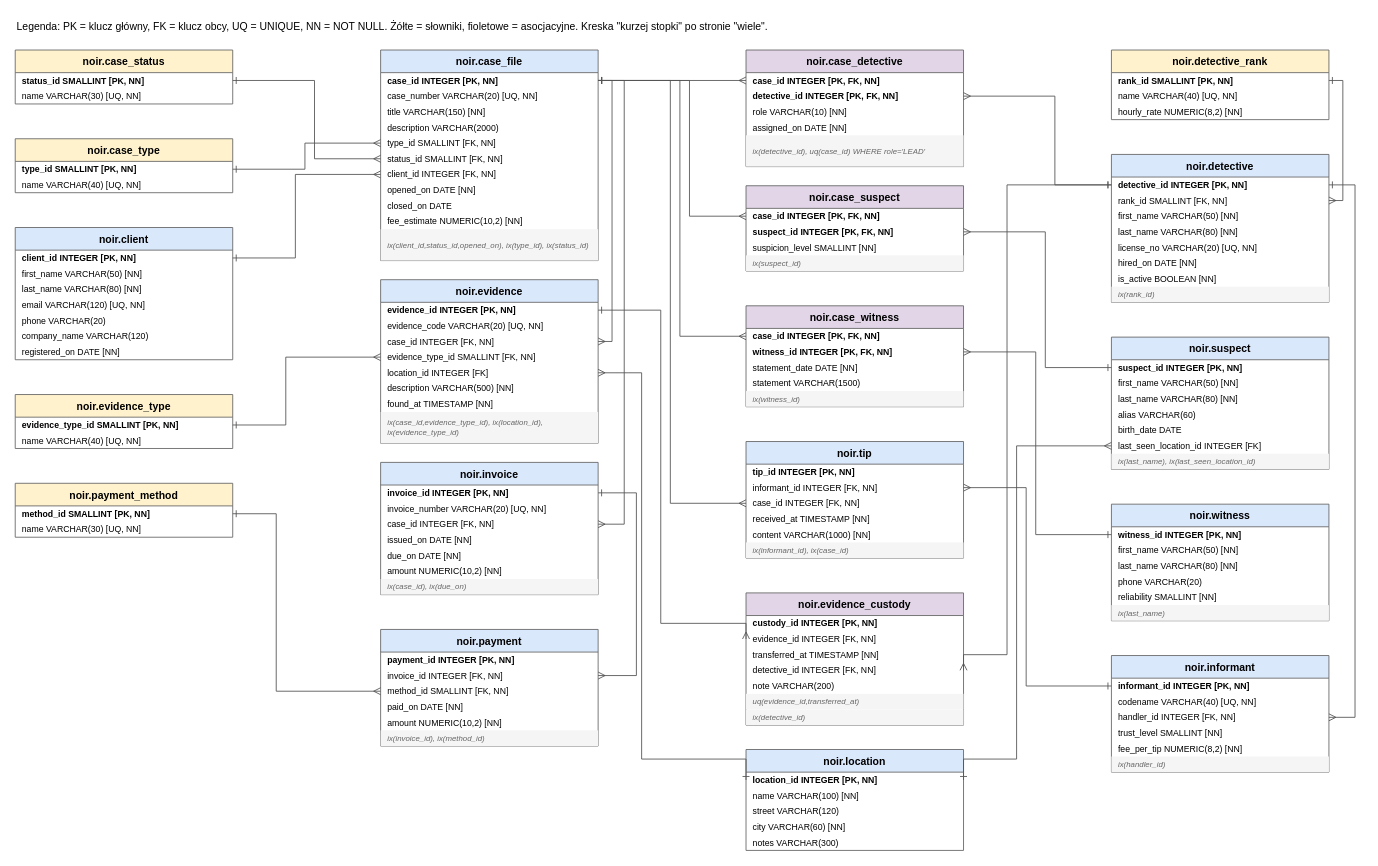
This is part1/task1/diagrams/schemat_logiczny.drawio from radekaadek/ADS, a draw.io file, before an edit. Source tidied: cells renumbered, new cells numbered last; positions are measured from the earlier drawing's top-left corner, leaving out a move shared by most shapes. Both pictures are drawn from the tidied source at 87%, with x=0, y=0 at pixel (15, 15).
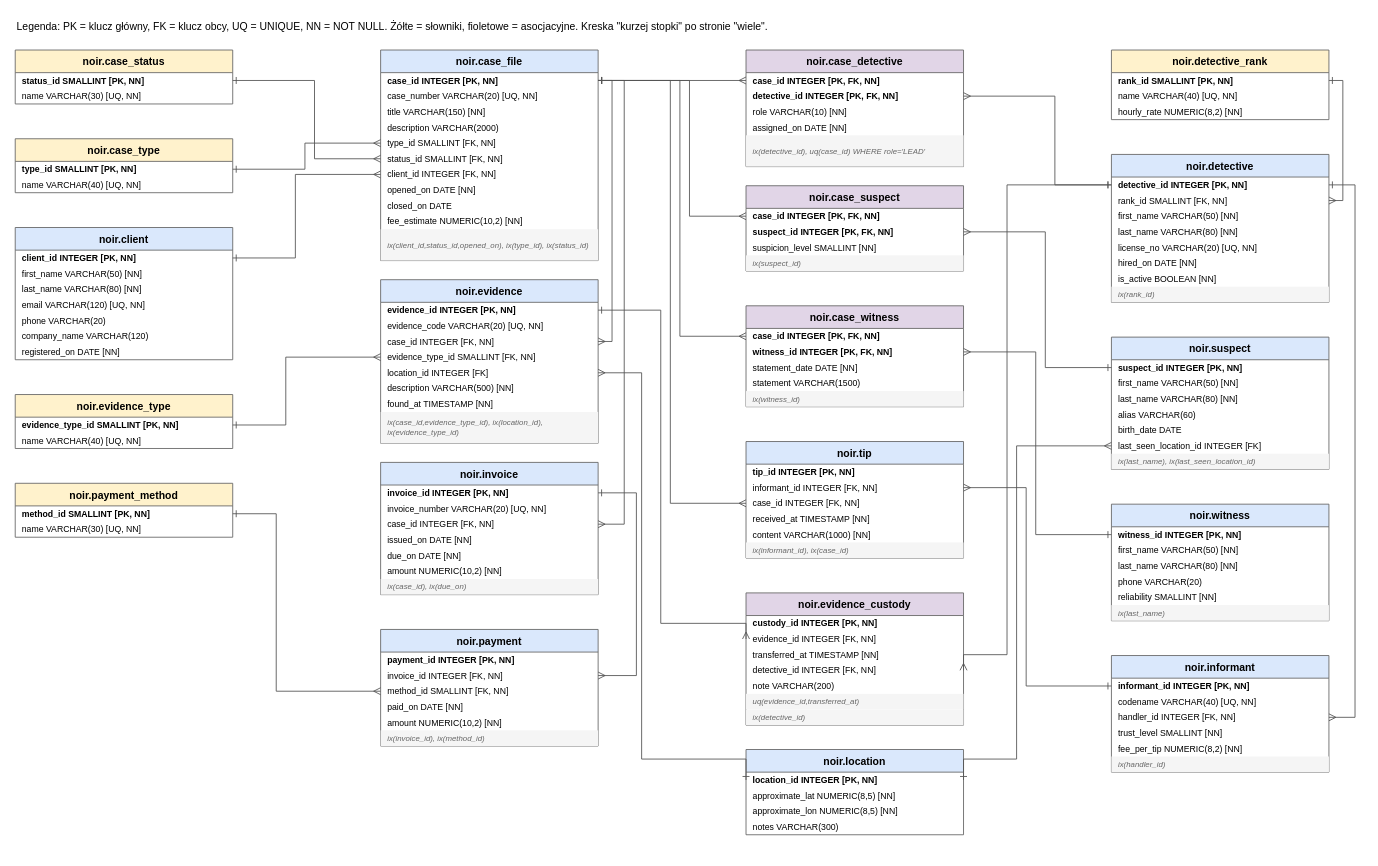
The same page after the edit.

Change to the diagram source:
```diff
@@
     <mxCell id="90" value="noir.location" style="swimlane;fontStyle=1;horizontal=1;startSize=26;fillColor=#dae8fc;strokeColor=#666666;" parent="1" vertex="1">
-      <mxGeometry x="840" y="844" width="250" height="116" as="geometry" />
+      <mxGeometry x="840" y="844" width="250" height="98" as="geometry" />
     </mxCell>
@@
-    <mxCell id="92" value="name  VARCHAR(100)  [NN]" style="text;strokeColor=none;fillColor=none;align=left;verticalAlign=middle;spacingLeft=6;fontSize=10;overflow=hidden;" parent="90" vertex="1">
-      <mxGeometry y="44" width="250" height="18" as="geometry" />
-    </mxCell>
-    <mxCell id="93" value="street  VARCHAR(120)" style="text;strokeColor=none;fillColor=none;align=left;verticalAlign=middle;spacingLeft=6;fontSize=10;overflow=hidden;" parent="90" vertex="1">
-      <mxGeometry y="62" width="250" height="18" as="geometry" />
+    <mxCell id="93" value="approximate_lat  NUMERIC(8,5)  [NN]" style="text;strokeColor=none;fillColor=none;align=left;verticalAlign=middle;spacingLeft=6;fontSize=10;overflow=hidden;" parent="90" vertex="1">
+      <mxGeometry y="44" width="250" height="18" as="geometry" />
     </mxCell>
-    <mxCell id="94" value="city  VARCHAR(60)  [NN]" style="text;strokeColor=none;fillColor=none;align=left;verticalAlign=middle;spacingLeft=6;fontSize=10;overflow=hidden;" parent="90" vertex="1">
-      <mxGeometry y="80" width="250" height="18" as="geometry" />
+    <mxCell id="94" value="approximate_lon  NUMERIC(8,5)  [NN]" style="text;strokeColor=none;fillColor=none;align=left;verticalAlign=middle;spacingLeft=6;fontSize=10;overflow=hidden;" parent="90" vertex="1">
+      <mxGeometry y="62" width="250" height="18" as="geometry" />
     </mxCell>
     <mxCell id="95" value="notes  VARCHAR(300)" style="text;strokeColor=none;fillColor=none;align=left;verticalAlign=middle;spacingLeft=6;fontSize=10;overflow=hidden;" parent="90" vertex="1">
-      <mxGeometry y="98" width="250" height="18" as="geometry" />
+      <mxGeometry y="80" width="250" height="18" as="geometry" />
     </mxCell>
```
